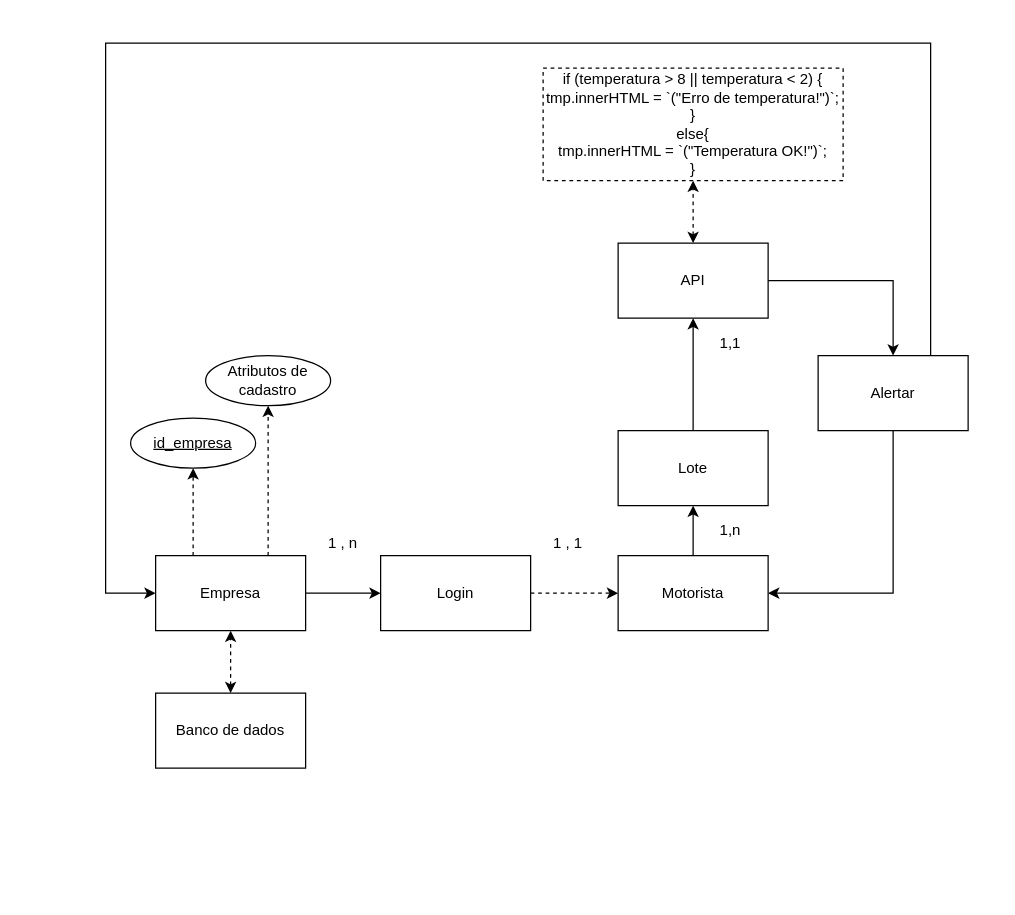
This is Banco de Dados/MER.drawio from Biotec-Sprint02/Projeto-PI, a draw.io file, before an edit. Source tidied: cells renumbered, new cells numbered last; positions are measured from the earlier drawing's top-left corner, leaving out a move shared by most shapes. Both pictures are drawn from the tidied source at 125%, with x=0, y=0 at pixel (105, 42).
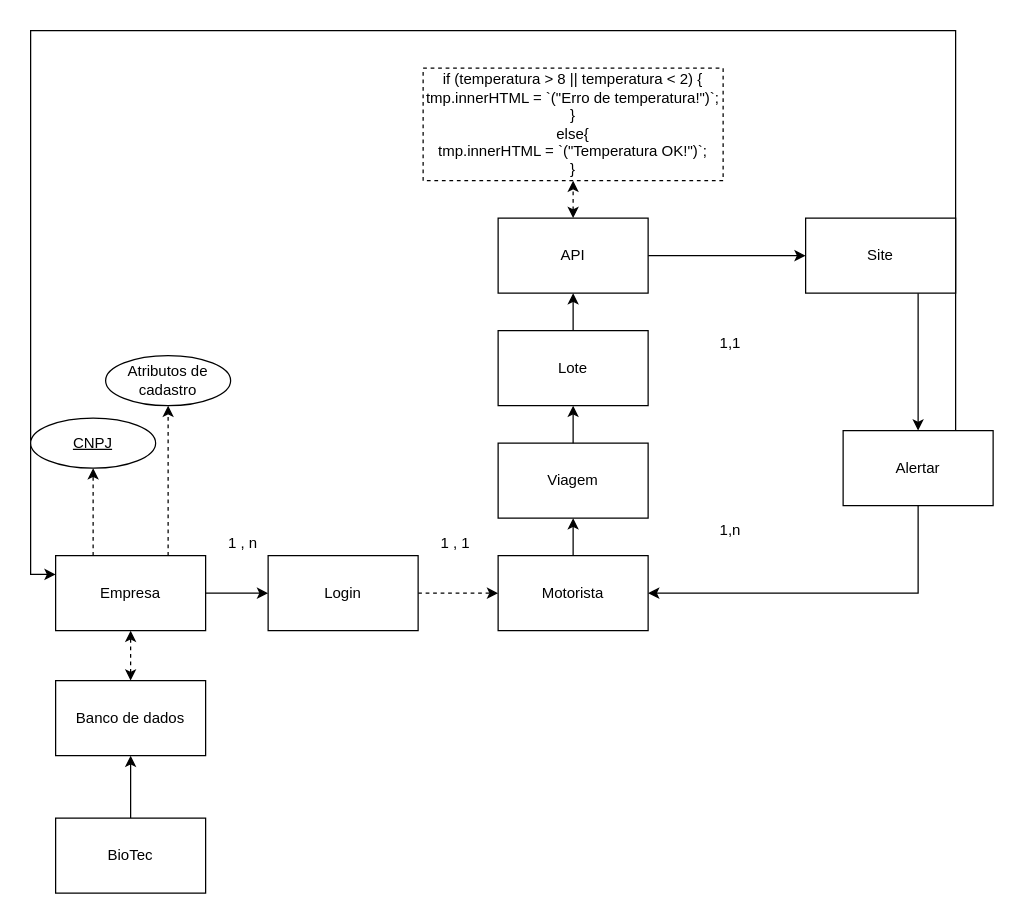
The same page after the edit.

Commit message (it also covers changes not shown here):
Atualizar do MER e do Backlog

What changed in the source:
```diff
@@
     <mxCell id="5" value="Empresa" style="rounded=0;whiteSpace=wrap;html=1;" parent="1" vertex="1">
-      <mxGeometry x="40" y="410" width="120" height="60" as="geometry" />
+      <mxGeometry x="-40" y="410" width="120" height="60" as="geometry" />
     </mxCell>
@@
     <mxCell id="7" value="Login" style="rounded=0;whiteSpace=wrap;html=1;" parent="1" vertex="1">
-      <mxGeometry x="220" y="410" width="120" height="60" as="geometry" />
+      <mxGeometry x="130" y="410" width="120" height="60" as="geometry" />
     </mxCell>
-    <mxCell id="8" style="edgeStyle=orthogonalEdgeStyle;rounded=0;jettySize=auto;html=1;exitX=0.5;exitY=0;exitDx=0;exitDy=0;entryX=0.5;entryY=1;entryDx=0;entryDy=0;" parent="1" edge="1" source="13" target="12">
-      <mxGeometry relative="1" as="geometry" />
-    </mxCell>
@@
     <mxCell id="10" value="Motorista" style="rounded=0;whiteSpace=wrap;html=1;" parent="1" vertex="1">
-      <mxGeometry x="410" y="410" width="120" height="60" as="geometry" />
+      <mxGeometry x="314" y="410" width="120" height="60" as="geometry" />
     </mxCell>
-    <mxCell id="11" style="edgeStyle=orthogonalEdgeStyle;rounded=0;jettySize=auto;html=1;exitX=1;exitY=0.5;exitDx=0;exitDy=0;entryX=0.5;entryY=0;entryDx=0;entryDy=0;" parent="1" edge="1" source="12" target="19">
-      <mxGeometry relative="1" as="geometry" />
-    </mxCell>
+    <mxCell id="27" style="edgeStyle=orthogonalEdgeStyle;rounded=0;jettySize=auto;html=1;exitX=1;exitY=0.5;exitDx=0;exitDy=0;entryX=0;entryY=0.5;entryDx=0;entryDy=0;" parent="1" edge="1" source="12" target="34">
+      <mxGeometry relative="1" as="geometry" />
+    </mxCell>
     <mxCell id="12" value="API" style="rounded=0;whiteSpace=wrap;html=1;" parent="1" vertex="1">
-      <mxGeometry x="410" y="160" width="120" height="60" as="geometry" />
+      <mxGeometry x="314" y="140" width="120" height="60" as="geometry" />
     </mxCell>
-    <mxCell id="13" value="Lote" style="rounded=0;whiteSpace=wrap;html=1;" parent="1" vertex="1">
-      <mxGeometry x="410" y="310" width="120" height="60" as="geometry" />
+    <mxCell id="13" value="Viagem" style="rounded=0;whiteSpace=wrap;html=1;" parent="1" vertex="1">
+      <mxGeometry x="314" y="320" width="120" height="60" as="geometry" />
     </mxCell>
     <mxCell id="14" value="1 , n" style="text;html=1;strokeColor=none;fillColor=none;align=center;verticalAlign=middle;whiteSpace=wrap;rounded=0;" parent="1" vertex="1">
-      <mxGeometry x="170" y="390" width="40" height="20" as="geometry" />
+      <mxGeometry x="90" y="390" width="40" height="20" as="geometry" />
     </mxCell>
@@
+    <mxCell id="18" style="edgeStyle=orthogonalEdgeStyle;rounded=0;jettySize=auto;html=1;exitX=0.5;exitY=1;exitDx=0;exitDy=0;entryX=1;entryY=0.5;entryDx=0;entryDy=0;" parent="1" edge="1" source="19" target="10">
+      <mxGeometry relative="1" as="geometry" />
+    </mxCell>
-    <mxCell id="17" style="edgeStyle=orthogonalEdgeStyle;rounded=0;jettySize=auto;html=1;exitX=0.75;exitY=0;exitDx=0;exitDy=0;entryX=0;entryY=0.5;entryDx=0;entryDy=0;" parent="1" edge="1" source="19" target="5">
+    <mxCell id="17" style="edgeStyle=orthogonalEdgeStyle;rounded=0;jettySize=auto;html=1;exitX=0.75;exitY=0;exitDx=0;exitDy=0;entryX=0;entryY=0.25;entryDx=0;entryDy=0;" parent="1" edge="1" source="19" target="5">
       <mxGeometry relative="1" as="geometry">
         <Array as="points">
-          <mxPoint x="660" />
-          <mxPoint />
-          <mxPoint y="440" />
+          <mxPoint x="680" y="310" />
+          <mxPoint x="680" y="-10" />
+          <mxPoint x="-60" y="-10" />
+          <mxPoint x="-60" y="425" />
         </Array>
       </mxGeometry>
     </mxCell>
-    <mxCell id="18" style="edgeStyle=orthogonalEdgeStyle;rounded=0;jettySize=auto;html=1;exitX=0.5;exitY=1;exitDx=0;exitDy=0;entryX=1;entryY=0.5;entryDx=0;entryDy=0;" parent="1" edge="1" source="19" target="10">
-      <mxGeometry relative="1" as="geometry" />
-    </mxCell>
     <mxCell id="19" value="Alertar" style="rounded=0;whiteSpace=wrap;html=1;" parent="1" vertex="1">
-      <mxGeometry x="570" y="250" width="120" height="60" as="geometry" />
+      <mxGeometry x="590" y="310" width="120" height="60" as="geometry" />
     </mxCell>
     <mxCell id="20" value="if (temperatura &amp;gt; 8 || temperatura &amp;lt; 2) {&lt;br&gt;tmp.innerHTML = `(&quot;Erro de temperatura!&quot;)`;&lt;br&gt;}&lt;br&gt;else{&lt;br&gt;tmp.innerHTML = `(&quot;Temperatura OK!&quot;)`;&lt;br&gt;}" style="text;html=1;align=center;verticalAlign=middle;whiteSpace=wrap;rounded=0;sketch=0;strokeColor=#000000;dashed=1;" parent="1" vertex="1">
-      <mxGeometry x="350" y="20" width="240" height="90" as="geometry" />
+      <mxGeometry x="254" y="20" width="240" height="90" as="geometry" />
     </mxCell>
@@
-    <mxCell id="22" value="id_empresa" style="ellipse;whiteSpace=wrap;html=1;align=center;fontStyle=4;" parent="1" vertex="1">
-      <mxGeometry x="20" y="300" width="100" height="40" as="geometry" />
+    <mxCell id="22" value="CNPJ" style="ellipse;whiteSpace=wrap;html=1;align=center;fontStyle=4;" parent="1" vertex="1">
+      <mxGeometry x="-60" y="300" width="100" height="40" as="geometry" />
     </mxCell>
     <mxCell id="23" value="Banco de dados" style="rounded=0;whiteSpace=wrap;html=1;sketch=0;strokeColor=#000000;fillColor=none;" parent="1" vertex="1">
-      <mxGeometry x="40" y="520" width="120" height="60" as="geometry" />
+      <mxGeometry x="-40" y="510" width="120" height="60" as="geometry" />
     </mxCell>
@@
     <mxCell id="25" value="1 , 1" style="text;html=1;strokeColor=none;fillColor=none;align=center;verticalAlign=middle;whiteSpace=wrap;rounded=0;" parent="1" vertex="1">
-      <mxGeometry x="350" y="390" width="40" height="20" as="geometry" />
+      <mxGeometry x="260" y="390" width="40" height="20" as="geometry" />
     </mxCell>
     <mxCell id="26" value="Atributos de cadastro" style="ellipse;whiteSpace=wrap;html=1;align=center;" parent="1" vertex="1">
-      <mxGeometry x="80" y="250" width="100" height="40" as="geometry" />
+      <mxGeometry y="250" width="100" height="40" as="geometry" />
     </mxCell>
+    <mxCell id="28" style="edgeStyle=orthogonalEdgeStyle;rounded=0;jettySize=auto;html=1;exitX=0.5;exitY=0;exitDx=0;exitDy=0;entryX=0.5;entryY=1;entryDx=0;entryDy=0;" parent="1" edge="1" source="29" target="23">
+      <mxGeometry relative="1" as="geometry" />
+    </mxCell>
+    <mxCell id="29" value="BioTec" style="rounded=0;whiteSpace=wrap;html=1;" parent="1" vertex="1">
+      <mxGeometry x="-40" y="620" width="120" height="60" as="geometry" />
+    </mxCell>
+    <mxCell id="30" style="edgeStyle=orthogonalEdgeStyle;rounded=0;jettySize=auto;html=1;exitX=0.5;exitY=0;exitDx=0;exitDy=0;entryX=0.5;entryY=1;entryDx=0;entryDy=0;" parent="1" edge="1" source="31" target="12">
+      <mxGeometry relative="1" as="geometry" />
+    </mxCell>
+    <mxCell id="31" value="Lote" style="rounded=0;whiteSpace=wrap;html=1;" parent="1" vertex="1">
+      <mxGeometry x="314" y="230" width="120" height="60" as="geometry" />
+    </mxCell>
+    <mxCell id="32" style="endArrow=classic;html=1;exitX=0.5;exitY=0;exitDx=0;exitDy=0;entryX=0.5;entryY=1;entryDx=0;entryDy=0;" parent="1" edge="1" source="13" target="31">
+      <mxGeometry relative="1" as="geometry" />
+    </mxCell>
+    <mxCell id="33" style="edgeStyle=orthogonalEdgeStyle;rounded=0;jettySize=auto;html=1;exitX=0.75;exitY=1;exitDx=0;exitDy=0;entryX=0.5;entryY=0;entryDx=0;entryDy=0;" parent="1" edge="1" source="34" target="19">
+      <mxGeometry relative="1" as="geometry" />
+    </mxCell>
+    <mxCell id="34" value="Site" style="rounded=0;whiteSpace=wrap;html=1;" parent="1" vertex="1">
+      <mxGeometry x="560" y="140" width="120" height="60" as="geometry" />
+    </mxCell>
```
